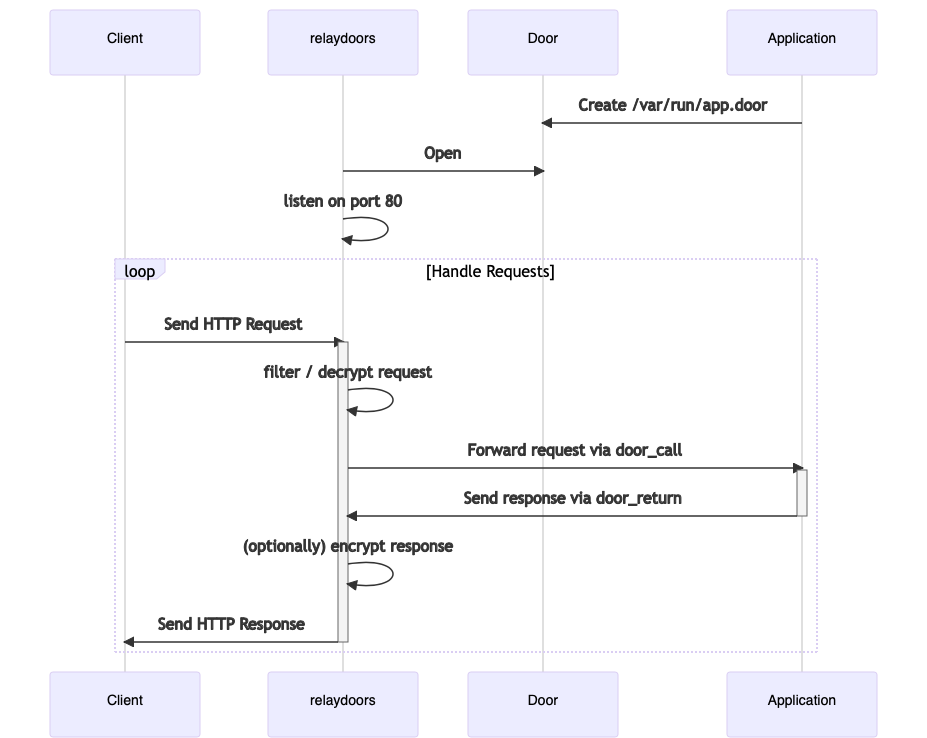
Before: diagrams/startup-and-request-handling.png, a diagram exported from Mermaid (robertdfrench/portunusd). Its source is kept beside it as diagrams/startup-and-request-handling.mmd.
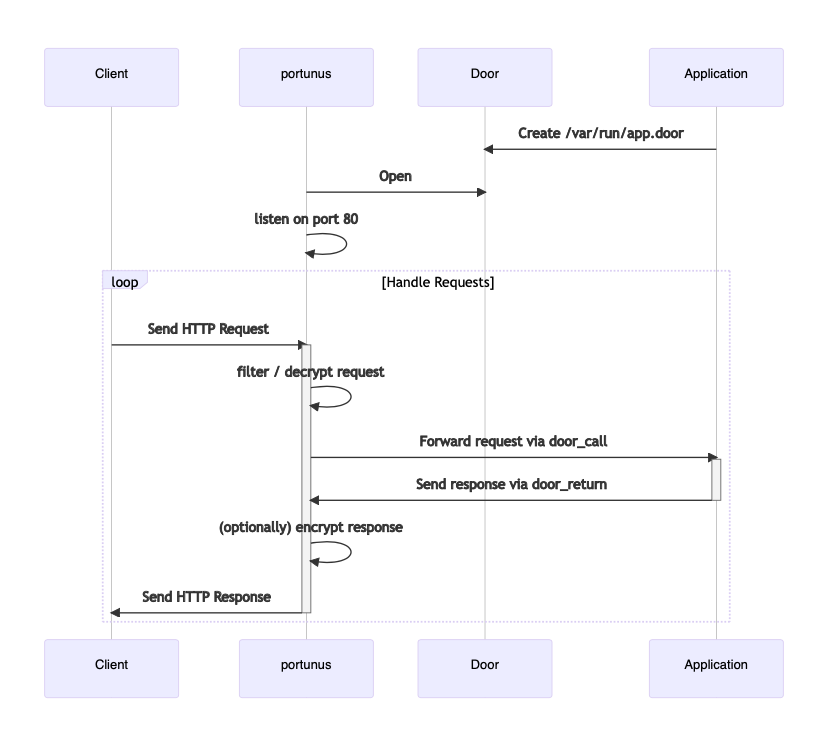
The same diagram one commit later.

Commit message:
Change diagram to read 'portunus'

What changed in the source:
```diff
@@ -1,16 +1,16 @@
 sequenceDiagram
     participant Client
-    participant relaydoors
+    participant portunus
     participant Door
     participant Application
     Application->>Door: Create /var/run/app.door
-    relaydoors->>Door: Open
-    relaydoors->>relaydoors: listen on port 80
+    portunus->>Door: Open
+    portunus->>portunus: listen on port 80
     loop Handle Requests
-        Client->>+relaydoors: Send HTTP Request
-        relaydoors->>relaydoors: filter / decrypt request
-        relaydoors->>+Application: Forward request via door_call
-        Application->>-relaydoors: Send response via door_return
-        relaydoors->>relaydoors: (optionally) encrypt response
-        relaydoors->>-Client: Send HTTP Response
+        Client->>+portunus: Send HTTP Request
+        portunus->>portunus: filter / decrypt request
+        portunus->>+Application: Forward request via door_call
+        Application->>-portunus: Send response via door_return
+        portunus->>portunus: (optionally) encrypt response
+        portunus->>-Client: Send HTTP Response
     end
```
